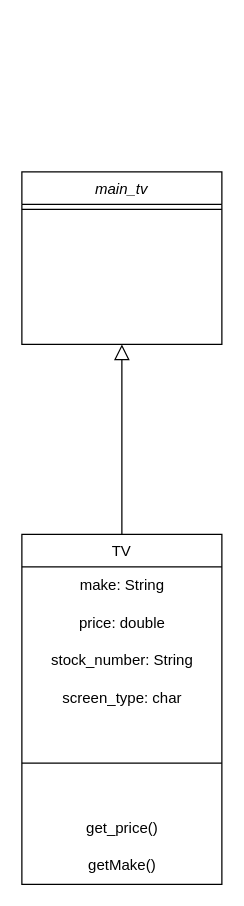
The draw.io diagram Untitled Diagram.drawio in WillWiC/WillWiC, before the edit. Source tidied: cells renumbered, new cells numbered last; positions are measured from the earlier drawing's top-left corner, leaving out a move shared by most shapes. Both pictures are drawn from the tidied source at 125%, with x=0, y=0 at pixel (21, 171).
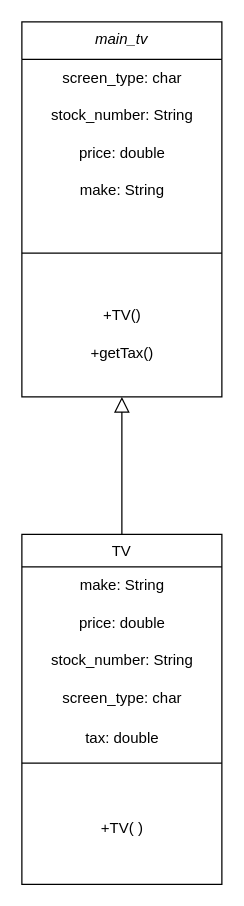
The same diagram, later.

What changed in the source:
```diff
@@
 <mxGraphModel>
   <root>
     <mxCell id="0" />
     <mxCell id="1" parent="0" />
-    <mxCell id="2" value="main_tv" style="swimlane;fontStyle=2;align=center;verticalAlign=top;horizontal=1;startSize=26;rounded=0;shadow=0;strokeWidth=1;" parent="1" vertex="1">
-      <mxGeometry width="160" height="138" as="geometry" />
+    <mxCell id="2" value="main_tv" style="swimlane;fontStyle=2;align=center;verticalAlign=top;horizontal=1;startSize=30;rounded=0;shadow=0;strokeWidth=1;" parent="1" vertex="1">
+      <mxGeometry y="-120" width="160" height="300" as="geometry" />
     </mxCell>
+    <mxCell id="13" value="screen_type: char&lt;br&gt;" style="text;html=1;align=center;verticalAlign=middle;strokeColor=none;fillColor=none;" parent="2" vertex="1">
+      <mxGeometry y="30" width="160" height="30" as="geometry" />
+    </mxCell>
+    <mxCell id="14" value="stock_number: String" style="text;html=1;align=center;verticalAlign=middle;strokeColor=none;fillColor=none;" parent="2" vertex="1">
+      <mxGeometry y="60" width="160" height="30" as="geometry" />
+    </mxCell>
+    <mxCell id="15" value="price: double" style="text;html=1;align=center;verticalAlign=middle;strokeColor=none;fillColor=none;" parent="2" vertex="1">
+      <mxGeometry y="90" width="160" height="30" as="geometry" />
+    </mxCell>
+    <mxCell id="16" value="make: String" style="text;html=1;align=center;verticalAlign=middle;strokeColor=none;fillColor=none;" parent="2" vertex="1">
+      <mxGeometry y="120" width="160" height="30" as="geometry" />
+    </mxCell>
     <mxCell id="3" style="line;html=1;strokeWidth=1;align=left;verticalAlign=middle;spacingTop=-1;spacingLeft=3;spacingRight=3;labelPosition=right;" parent="2" vertex="1">
-      <mxGeometry y="26" width="160" height="8" as="geometry" />
+      <mxGeometry y="150" width="160" height="70" as="geometry" />
     </mxCell>
+    <mxCell id="17" value="+TV()" style="text;html=1;align=center;verticalAlign=middle;strokeColor=none;fillColor=none;" parent="2" vertex="1">
+      <mxGeometry y="220" width="160" height="30" as="geometry" />
+    </mxCell>
+    <mxCell id="18" value="+getTax()" style="text;html=1;align=center;verticalAlign=middle;strokeColor=none;fillColor=none;" parent="2" vertex="1">
+      <mxGeometry y="250" width="160" height="30" as="geometry" />
+    </mxCell>
     <mxCell id="4" value="TV" style="swimlane;fontStyle=0;align=center;verticalAlign=top;horizontal=1;startSize=26;rounded=0;shadow=0;strokeWidth=1;" parent="1" vertex="1">
       <mxGeometry y="290" width="160" height="280" as="geometry" />
     </mxCell>
     <mxCell id="5" value="make: String" style="text;html=1;align=center;verticalAlign=middle;strokeColor=none;fillColor=none;" parent="4" vertex="1">
       <mxGeometry y="26" width="160" height="30" as="geometry" />
     </mxCell>
     <mxCell id="6" value="price: double" style="text;html=1;align=center;verticalAlign=middle;strokeColor=none;fillColor=none;" parent="4" vertex="1">
       <mxGeometry y="56" width="160" height="30" as="geometry" />
     </mxCell>
     <mxCell id="7" value="stock_number: String" style="text;html=1;align=center;verticalAlign=middle;strokeColor=none;fillColor=none;" parent="4" vertex="1">
       <mxGeometry y="86" width="160" height="30" as="geometry" />
     </mxCell>
     <mxCell id="8" value="screen_type: char&lt;br&gt;" style="text;html=1;align=center;verticalAlign=middle;strokeColor=none;fillColor=none;" parent="4" vertex="1">
       <mxGeometry y="116" width="160" height="30" as="geometry" />
     </mxCell>
     <mxCell id="9" style="line;html=1;strokeWidth=1;align=left;verticalAlign=middle;spacingTop=-1;spacingLeft=3;spacingRight=3;labelPosition=right;" parent="4" vertex="1">
       <mxGeometry y="146" width="160" height="74" as="geometry" />
     </mxCell>
-    <mxCell id="10" value="get_price()" style="text;html=1;align=center;verticalAlign=middle;strokeColor=none;fillColor=none;" parent="4" vertex="1">
-      <mxGeometry y="220" width="160" height="30" as="geometry" />
-    </mxCell>
-    <mxCell id="11" value="getMake()" style="text;html=1;align=center;verticalAlign=middle;strokeColor=none;fillColor=none;" parent="4" vertex="1">
-      <mxGeometry y="250" width="160" height="30" as="geometry" />
-    </mxCell>
+    <mxCell id="19" value="+TV( )" style="text;html=1;align=center;verticalAlign=middle;strokeColor=none;fillColor=none;" parent="4" vertex="1">
+      <mxGeometry y="220" width="160" height="30" as="geometry" />
+    </mxCell>
     <mxCell id="12" style="endArrow=block;endSize=10;endFill=0;shadow=0;strokeWidth=1;rounded=0;edgeStyle=elbowEdgeStyle;elbow=vertical;" parent="1" edge="1" source="4" target="2">
       <mxGeometry relative="1" as="geometry" />
     </mxCell>
+    <mxCell id="20" value="tax: double&lt;br&gt;" style="text;html=1;align=center;verticalAlign=middle;strokeColor=none;fillColor=none;" parent="1" vertex="1">
+      <mxGeometry x="40" y="438" width="80" height="30" as="geometry" />
+    </mxCell>
   </root>
 </mxGraphModel>
```
